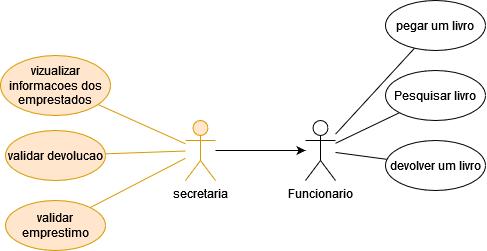
Earlier version of the draw.io export Diagrama sem nome.drawio.png (Andra-sun/modelagem). Source tidied: cells renumbered, new cells last; positions are measured from the earlier drawing's top-left corner, leaving out a move shared by most shapes.
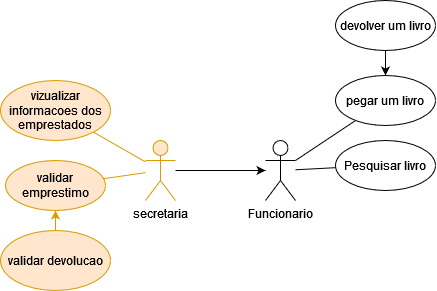
After the commit.

Change to the diagram source:
```diff
@@ -15,37 +15,37 @@
       <mxGeometry relative="1" as="geometry" />
     </mxCell>
     <mxCell id="6" value="pegar um livro" style="ellipse;whiteSpace=wrap;html=1;" parent="1" vertex="1">
-      <mxGeometry x="385" width="100" height="50" as="geometry" />
+      <mxGeometry x="375" y="55" width="100" height="50" as="geometry" />
     </mxCell>
-    <mxCell id="7" style="edgeStyle=none;rounded=0;jettySize=auto;html=1;endArrow=none;endFill=0;" parent="1" edge="1" source="8" target="2">
-      <mxGeometry relative="1" as="geometry" />
-    </mxCell>
-    <mxCell id="8" value="devolver um livro" style="ellipse;whiteSpace=wrap;html=1;" parent="1" vertex="1">
-      <mxGeometry x="385" y="140" width="100" height="50" as="geometry" />
-    </mxCell>
-    <mxCell id="9" style="edgeStyle=none;rounded=0;jettySize=auto;html=1;endArrow=none;endFill=0;fillColor=#ffe6cc;strokeColor=#d79b00;" parent="1" edge="1" source="10" target="4">
-      <mxGeometry relative="1" as="geometry" />
-    </mxCell>
+    <mxCell id="17" style="edgeStyle=none;rounded=0;jettySize=auto;html=1;entryX=0.5;entryY=1;entryDx=0;entryDy=0;fillColor=#ffe6cc;strokeColor=#d79b00;" parent="1" edge="1" source="10" target="12">
+      <mxGeometry relative="1" as="geometry" />
+    </mxCell>
     <mxCell id="10" value="validar devolucao" style="ellipse;whiteSpace=wrap;html=1;fillColor=#ffe6cc;strokeColor=#d79b00;" parent="1" vertex="1">
-      <mxGeometry x="5" y="130" width="100" height="50" as="geometry" />
+      <mxGeometry x="40" y="210" width="110" height="60" as="geometry" />
     </mxCell>
     <mxCell id="11" style="edgeStyle=none;rounded=0;jettySize=auto;html=1;endArrow=none;endFill=0;fillColor=#ffe6cc;strokeColor=#d79b00;" parent="1" edge="1" source="12" target="4">
       <mxGeometry relative="1" as="geometry" />
     </mxCell>
     <mxCell id="12" value="validar emprestimo" style="ellipse;whiteSpace=wrap;html=1;fillColor=#ffe6cc;strokeColor=#d79b00;" parent="1" vertex="1">
-      <mxGeometry x="5" y="200" width="100" height="50" as="geometry" />
+      <mxGeometry x="45" y="140" width="100" height="50" as="geometry" />
     </mxCell>
     <mxCell id="13" style="edgeStyle=none;rounded=0;jettySize=auto;html=1;endArrow=none;endFill=0;fillColor=#ffe6cc;strokeColor=#d79b00;" parent="1" edge="1" source="14" target="4">
       <mxGeometry relative="1" as="geometry" />
     </mxCell>
     <mxCell id="14" value="vizualizar informacoes dos emprestados" style="ellipse;whiteSpace=wrap;html=1;fillColor=#ffe6cc;strokeColor=#d79b00;" parent="1" vertex="1">
-      <mxGeometry y="55" width="110" height="60" as="geometry" />
+      <mxGeometry x="40" y="60" width="110" height="60" as="geometry" />
     </mxCell>
     <mxCell id="15" style="edgeStyle=none;rounded=0;jettySize=auto;html=1;endArrow=none;endFill=0;" parent="1" edge="1" source="16" target="2">
       <mxGeometry relative="1" as="geometry" />
     </mxCell>
     <mxCell id="16" value="Pesquisar livro" style="ellipse;whiteSpace=wrap;html=1;" parent="1" vertex="1">
-      <mxGeometry x="385" y="70" width="100" height="50" as="geometry" />
+      <mxGeometry x="375" y="120" width="100" height="50" as="geometry" />
     </mxCell>
+    <mxCell id="18" style="edgeStyle=none;rounded=0;jettySize=auto;html=1;" parent="1" edge="1" source="8" target="6">
+      <mxGeometry relative="1" as="geometry" />
+    </mxCell>
+    <mxCell id="8" value="devolver um livro" style="ellipse;whiteSpace=wrap;html=1;" parent="1" vertex="1">
+      <mxGeometry x="375" y="-20" width="100" height="50" as="geometry" />
+    </mxCell>
   </root>
 </mxGraphModel>
```
